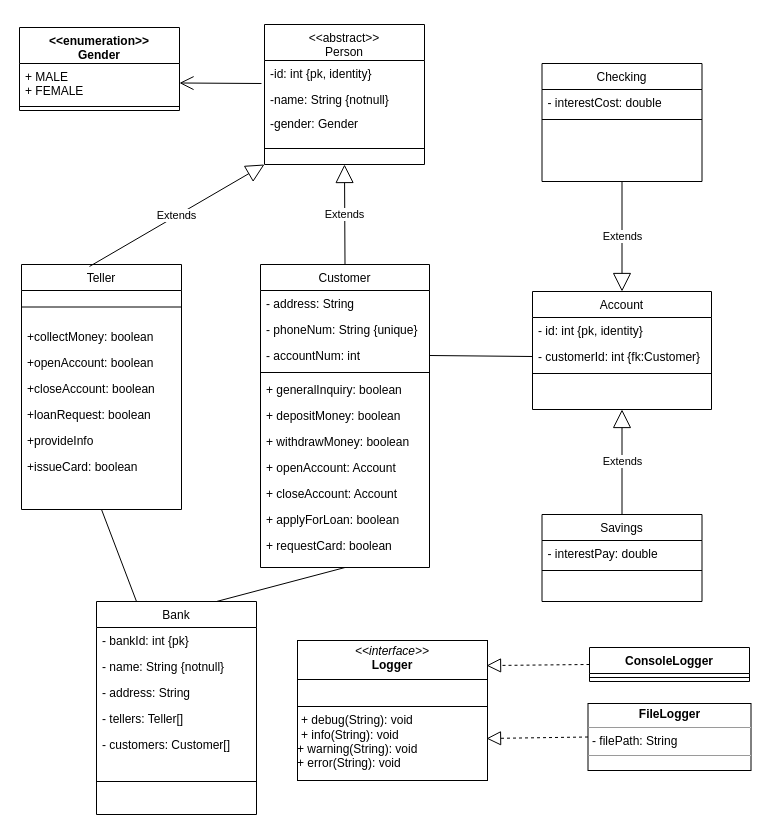
Earlier version of the draw.io diagram examples/simple_class_diagram.drawio (michelmbem/DrawioCodeGenerator). Source tidied: cells renumbered, new cells numbered last; positions are measured from the earlier drawing's top-left corner, leaving out a move shared by most shapes. Both pictures are drawn from the tidied source at 100%, with x=0, y=0 at pixel (19, 24).
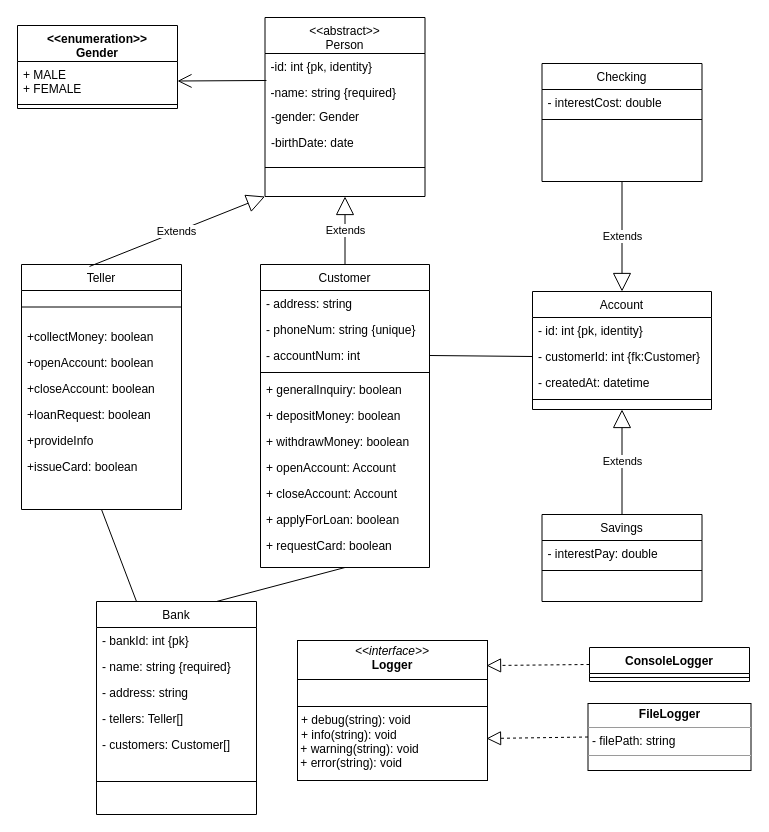
After the change.

Unchanged cells that the change refers to:
```xml
<mxCell id="10" value="Account" style="swimlane;fontStyle=0;align=center;verticalAlign=top;horizontal=1;startSize=26;rounded=0;shadow=0;strokeWidth=1;" parent="1" vertex="1">
  <mxGeometry x="513" y="267" width="179" height="118" as="geometry" />
</mxCell>
<mxCell id="15" value="-id: int {pk, identity}" style="text;align=left;verticalAlign=top;spacingLeft=4;spacingRight=4;overflow=hidden;points=[[0,0.5],[1,0.5]];portConstraint=eastwest;" parent="14" vertex="1">
  <mxGeometry y="36" width="160" height="26" as="geometry" />
</mxCell>
<mxCell id="19" value="Customer" style="swimlane;fontStyle=0;align=center;verticalAlign=top;horizontal=1;startSize=26;rounded=0;shadow=0;strokeWidth=1;" parent="1" vertex="1">
  <mxGeometry x="241" y="240" width="169" height="303" as="geometry" />
</mxCell>
<mxCell id="42" value="Bank" style="swimlane;fontStyle=0;align=center;verticalAlign=top;horizontal=1;startSize=26;rounded=0;shadow=0;strokeWidth=1;" parent="1" vertex="1">
  <mxGeometry x="77" y="577" width="160" height="213" as="geometry" />
</mxCell>
<mxCell id="52" value="+ MALE&lt;div&gt;+ FEMALE&lt;/div&gt;" style="text;strokeColor=none;fillColor=none;align=left;verticalAlign=top;spacingLeft=4;spacingRight=4;overflow=hidden;points=[[0,0.5],[1,0.5]];portConstraint=eastwest;whiteSpace=wrap;html=1;" parent="51" vertex="1">
  <mxGeometry y="36" width="160" height="39" as="geometry" />
</mxCell>
```

Change to the diagram source:
```diff
@@
+    <mxCell id="61" value="- createdAt: datetime" style="text;strokeColor=none;fillColor=none;align=left;verticalAlign=top;spacingLeft=4;spacingRight=4;overflow=hidden;whiteSpace=wrap;html=1;" parent="10" vertex="1">
+      <mxGeometry y="78" width="179" height="26" as="geometry" />
+    </mxCell>
     <mxCell id="13" style="line;html=1;strokeWidth=1;align=left;verticalAlign=middle;spacingTop=-1;spacingLeft=3;spacingRight=3;labelPosition=right;" parent="10" vertex="1">
-      <mxGeometry y="78" width="179" height="8" as="geometry" />
+      <mxGeometry y="104" width="179" height="8" as="geometry" />
     </mxCell>
     <mxCell id="14" value="&lt;&lt;abstract&gt;&gt;&#10;Person" style="swimlane;fontStyle=0;align=center;verticalAlign=top;horizontal=1;startSize=36;rounded=0;shadow=0;strokeWidth=1;" parent="1" vertex="1">
-      <mxGeometry x="245" width="160" height="140" as="geometry" />
+      <mxGeometry x="245.5" y="-7" width="160" height="179" as="geometry" />
     </mxCell>
@@
-    <mxCell id="16" value="-name: String {notnull}" style="text;align=left;verticalAlign=top;spacingLeft=4;spacingRight=4;overflow=hidden;points=[[0,0.5],[1,0.5]];portConstraint=eastwest;rounded=0;shadow=0;html=0;" parent="14" vertex="1">
+    <mxCell id="16" value="-name: string {required}" style="text;align=left;verticalAlign=top;spacingLeft=4;spacingRight=4;overflow=hidden;points=[[0,0.5],[1,0.5]];portConstraint=eastwest;rounded=0;shadow=0;html=0;" parent="14" vertex="1">
       <mxGeometry y="62" width="160" height="24" as="geometry" />
     </mxCell>
@@
+    <mxCell id="62" value="-birthDate: date" style="text;strokeColor=none;fillColor=none;align=left;verticalAlign=top;spacingLeft=4;spacingRight=4;overflow=hidden;whiteSpace=wrap;html=1;" parent="14" vertex="1">
+      <mxGeometry y="112" width="160" height="26" as="geometry" />
+    </mxCell>
     <mxCell id="18" style="line;html=1;strokeWidth=1;align=left;verticalAlign=middle;spacingTop=-1;spacingLeft=3;spacingRight=3;labelPosition=right;" parent="14" vertex="1">
-      <mxGeometry y="112" width="160" height="24" as="geometry" />
+      <mxGeometry y="138" width="160" height="24" as="geometry" />
     </mxCell>
@@
-    <mxCell id="20" value="- address: String" style="text;align=left;verticalAlign=top;spacingLeft=4;spacingRight=4;overflow=hidden;" parent="19" vertex="1">
+    <mxCell id="20" value="- address: string" style="text;align=left;verticalAlign=top;spacingLeft=4;spacingRight=4;overflow=hidden;" parent="19" vertex="1">
       <mxGeometry y="26" width="169" height="26" as="geometry" />
     </mxCell>
-    <mxCell id="21" value="- phoneNum: String {unique}" style="text;align=left;verticalAlign=top;spacingLeft=4;spacingRight=4;overflow=hidden;rounded=0;shadow=0;html=0;" parent="19" vertex="1">
+    <mxCell id="21" value="- phoneNum: string {unique}" style="text;align=left;verticalAlign=top;spacingLeft=4;spacingRight=4;overflow=hidden;rounded=0;shadow=0;html=0;" parent="19" vertex="1">
       <mxGeometry y="52" width="169" height="26" as="geometry" />
     </mxCell>
@@
-    <mxCell id="44" value="- name: String {notnull}" style="text;align=left;verticalAlign=top;spacingLeft=4;spacingRight=4;overflow=hidden;rounded=0;shadow=0;html=0;" parent="42" vertex="1">
+    <mxCell id="44" value="- name: string {required}" style="text;align=left;verticalAlign=top;spacingLeft=4;spacingRight=4;overflow=hidden;rounded=0;shadow=0;html=0;" parent="42" vertex="1">
       <mxGeometry y="52" width="160" height="26" as="geometry" />
     </mxCell>
-    <mxCell id="45" value="- address: String" style="text;align=left;verticalAlign=top;spacingLeft=4;spacingRight=4;overflow=hidden;rounded=0;shadow=0;html=0;" parent="42" vertex="1">
+    <mxCell id="45" value="- address: string" style="text;align=left;verticalAlign=top;spacingLeft=4;spacingRight=4;overflow=hidden;rounded=0;shadow=0;html=0;" parent="42" vertex="1">
       <mxGeometry y="78" width="160" height="26" as="geometry" />
     </mxCell>
@@
     <mxCell id="51" value="&amp;lt;&amp;lt;enumeration&amp;gt;&amp;gt;&lt;div&gt;Gender&lt;/div&gt;" style="swimlane;fontStyle=1;align=center;verticalAlign=top;horizontal=1;startSize=36;whiteSpace=wrap;html=1;" parent="1" vertex="1">
-      <mxGeometry y="3" width="160" height="83" as="geometry" />
+      <mxGeometry x="-2" y="1" width="160" height="83" as="geometry" />
     </mxCell>
@@
-    <mxCell id="54" style="endArrow=open;endFill=1;endSize=12;html=1;rounded=0;entryX=1;entryY=0.5;entryDx=0;entryDy=0;exitX=-0.019;exitY=-0.125;exitDx=0;exitDy=0;exitPerimeter=0;" parent="1" edge="1" source="16" target="52">
+    <mxCell id="54" style="endArrow=open;endFill=1;endSize=12;html=1;rounded=0;entryX=1;entryY=0.5;entryDx=0;entryDy=0;exitX=0.009;exitY=1.038;exitDx=0;exitDy=0;exitPerimeter=0;" parent="1" edge="1" source="15" target="52">
       <mxGeometry relative="1" as="geometry" />
     </mxCell>
-    <mxCell id="55" value="&lt;p style=&quot;margin:0px;margin-top:4px;text-align:center;&quot;&gt;&lt;i&gt;&amp;lt;&amp;lt;interface&amp;gt;&amp;gt;&lt;/i&gt;&lt;br&gt;&lt;b&gt;Logger&lt;/b&gt;&lt;/p&gt;&lt;hr size=&quot;1&quot; style=&quot;border-style:solid;&quot;&gt;&lt;p style=&quot;margin:0px;margin-left:4px;&quot;&gt;&lt;br&gt;&lt;/p&gt;&lt;hr size=&quot;1&quot; style=&quot;border-style:solid;&quot;&gt;&lt;p style=&quot;margin:0px;margin-left:4px;&quot;&gt;+ debug(String): void&lt;br&gt;+ info(String): void&lt;/p&gt;+ warning(String): void&lt;br&gt;+ error(String): void" style="verticalAlign=top;align=left;overflow=fill;html=1;whiteSpace=wrap;" parent="1" vertex="1">
+    <mxCell id="55" value="&lt;p style=&quot;margin:0px;margin-top:4px;text-align:center;&quot;&gt;&lt;i&gt;&amp;lt;&amp;lt;interface&amp;gt;&amp;gt;&lt;/i&gt;&lt;br&gt;&lt;b&gt;Logger&lt;/b&gt;&lt;/p&gt;&lt;hr size=&quot;1&quot; style=&quot;border-style:solid;&quot;&gt;&lt;p style=&quot;margin:0px;margin-left:4px;&quot;&gt;&lt;br&gt;&lt;/p&gt;&lt;hr size=&quot;1&quot; style=&quot;border-style:solid;&quot;&gt;&lt;p style=&quot;margin:0px;margin-left:4px;&quot;&gt;+ debug(string): void&lt;br&gt;+ info(string): void&lt;/p&gt;&amp;nbsp;+ warning(string): void&lt;br&gt;&amp;nbsp;+ error(string): void" style="verticalAlign=top;align=left;overflow=fill;html=1;whiteSpace=wrap;" parent="1" vertex="1">
       <mxGeometry x="278" y="616" width="190" height="140" as="geometry" />
     </mxCell>
@@
-    <mxCell id="59" value="&lt;p style=&quot;margin:0px;margin-top:4px;text-align:center;&quot;&gt;&lt;b&gt;FileLogger&lt;/b&gt;&lt;/p&gt;&lt;hr size=&quot;1&quot;&gt;&lt;p style=&quot;margin:0px;margin-left:4px;&quot;&gt;- filePath: String&lt;/p&gt;&lt;hr size=&quot;1&quot;&gt;&lt;p style=&quot;margin:0px;margin-left:4px;&quot;&gt;&lt;br&gt;&lt;/p&gt;" style="verticalAlign=top;align=left;overflow=fill;fontSize=12;fontFamily=Helvetica;html=1;" parent="1" vertex="1">
+    <mxCell id="59" value="&lt;p style=&quot;margin:0px;margin-top:4px;text-align:center;&quot;&gt;&lt;b&gt;FileLogger&lt;/b&gt;&lt;/p&gt;&lt;hr size=&quot;1&quot;&gt;&lt;p style=&quot;margin:0px;margin-left:4px;&quot;&gt;- filePath: string&lt;/p&gt;&lt;hr size=&quot;1&quot;&gt;&lt;p style=&quot;margin:0px;margin-left:4px;&quot;&gt;&lt;br&gt;&lt;/p&gt;" style="verticalAlign=top;align=left;overflow=fill;fontSize=12;fontFamily=Helvetica;html=1;" parent="1" vertex="1">
       <mxGeometry x="568.5" y="679" width="163" height="67" as="geometry" />
     </mxCell>
```
